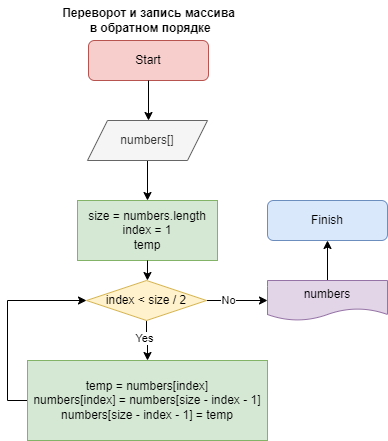
This is T1S2/home2.png from mgrom-dev/gb, a draw.io export, as it was before one commit. Source tidied: cells renumbered, new cells last; positions are measured from the earlier drawing's top-left corner, leaving out a move shared by most shapes.
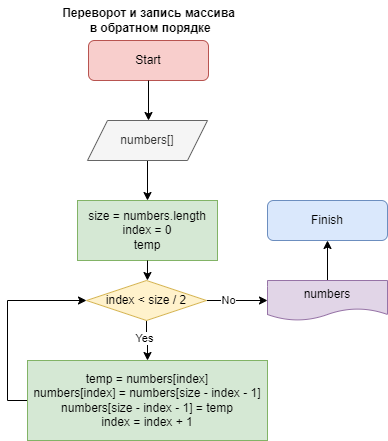
Above is the later version.

Commit message:
complete homework 4 from T1S2

What changed in the source:
```diff
@@ -23,7 +23,7 @@
     <mxCell id="8" value="Переворот и запись массива&lt;br&gt;&amp;nbsp;в обратном порядке" style="text;html=1;align=center;verticalAlign=middle;strokeColor=none;fillColor=none;fontStyle=1;" parent="1" vertex="1">
       <mxGeometry x="21" width="200" height="40" as="geometry" />
     </mxCell>
-    <mxCell id="9" value="size = numbers.length&lt;br&gt;index = 1&lt;br&gt;temp" style="whiteSpace=wrap;html=1;fillColor=#d5e8d4;strokeColor=#82b366;" parent="1" vertex="1">
+    <mxCell id="9" value="size = numbers.length&lt;br&gt;index = 0&lt;br&gt;temp" style="whiteSpace=wrap;html=1;fillColor=#d5e8d4;strokeColor=#82b366;" parent="1" vertex="1">
       <mxGeometry x="50" y="200" width="140" height="60" as="geometry" />
     </mxCell>
     <mxCell id="10" style="endArrow=classic;html=1;rounded=0;" parent="1" edge="1" source="2">
@@ -52,7 +52,7 @@
     <mxCell id="17" style="edgeStyle=orthogonalEdgeStyle;rounded=0;jettySize=auto;html=1;exitX=0;exitY=0.5;exitDx=0;exitDy=0;entryX=0;entryY=0.5;entryDx=0;entryDy=0;" parent="1" edge="1" source="18" target="15">
       <mxGeometry relative="1" as="geometry" />
     </mxCell>
-    <mxCell id="18" value="temp = numbers[index]&lt;br&gt;numbers[index] = numbers[size - index - 1]&lt;br&gt;numbers[size - index - 1] = temp" style="whiteSpace=wrap;html=1;fillColor=#d5e8d4;strokeColor=#82b366;" parent="1" vertex="1">
+    <mxCell id="18" value="temp = numbers[index]&lt;br&gt;numbers[index] = numbers[size - index - 1]&lt;br&gt;numbers[size - index - 1] = temp&lt;br&gt;index = index + 1" style="whiteSpace=wrap;html=1;fillColor=#d5e8d4;strokeColor=#82b366;" parent="1" vertex="1">
       <mxGeometry y="360" width="240" height="80" as="geometry" />
     </mxCell>
   </root>
```
